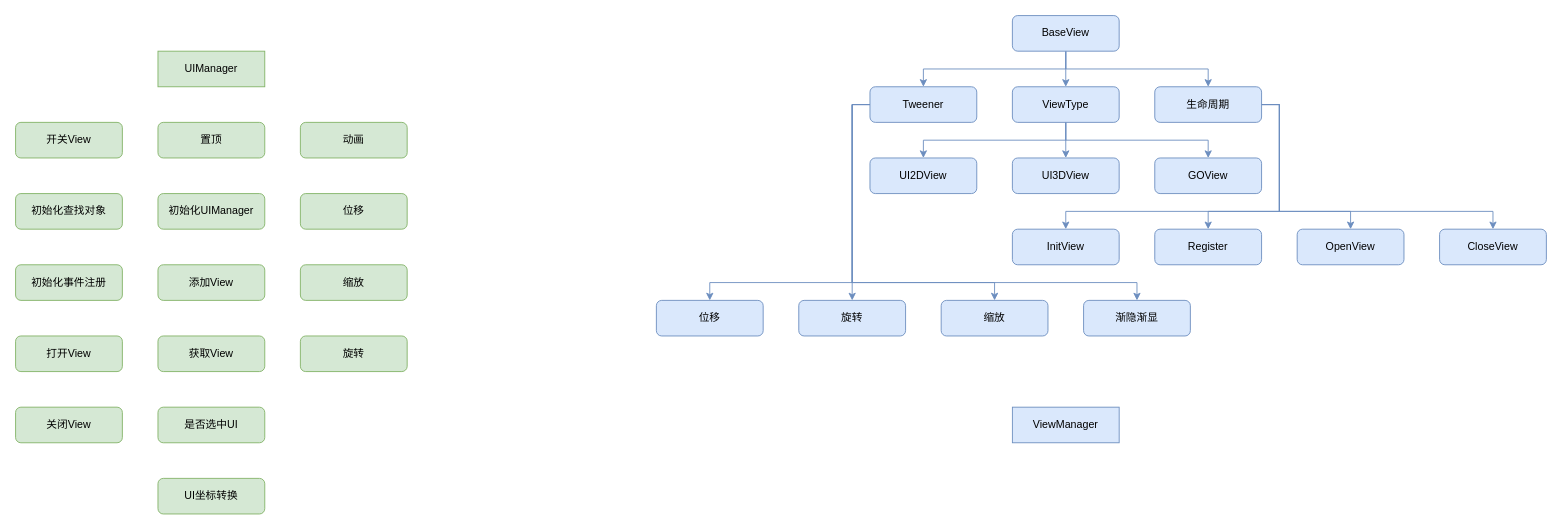
Earlier version of the draw.io diagram page "UI系统" (3 of 3) of 框架设计流程图.drawio (Josh-Jun/UnityAppFramework). Source tidied: cells renumbered, new cells numbered last; positions are measured from the earlier drawing's top-left corner, leaving out a move shared by most shapes. Both pictures are drawn from the tidied source at 89%, with x=0, y=0 at pixel (15, 15).
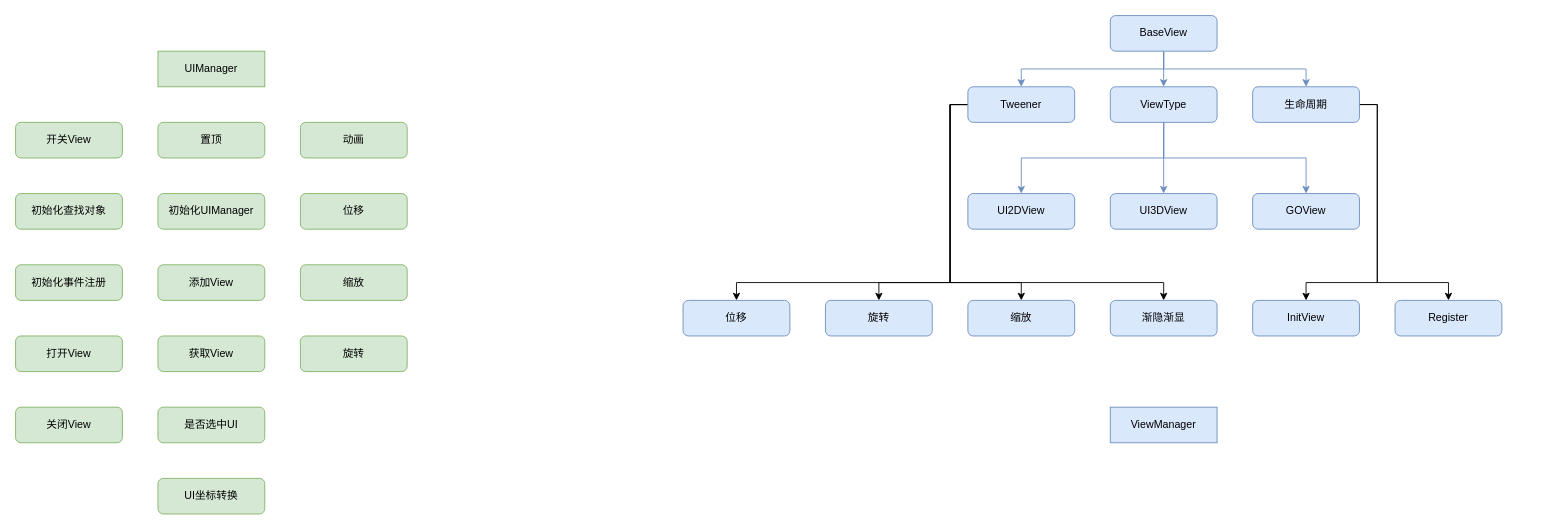
After the change.

The edit, as a diff of the source:
```diff
@@
     <mxCell id="18" value="ViewManager" style="rounded=0;whiteSpace=wrap;html=1;fillColor=#dae8fc;strokeColor=#6c8ebf;" parent="1" vertex="1">
-      <mxGeometry x="1120" y="440" width="120" height="40" as="geometry" />
+      <mxGeometry x="1230" y="440" width="120" height="40" as="geometry" />
     </mxCell>
     <mxCell id="19" style="edgeStyle=orthogonalEdgeStyle;rounded=0;jettySize=auto;html=1;exitX=0.5;exitY=1;exitDx=0;exitDy=0;fillColor=#dae8fc;strokeColor=#6c8ebf;" parent="1" edge="1" source="37" target="21">
       <mxGeometry relative="1" as="geometry">
         <Array as="points">
-          <mxPoint x="1180" y="140" />
-          <mxPoint x="1020" y="140" />
+          <mxPoint x="1290" y="160" />
+          <mxPoint x="1130" y="160" />
         </Array>
       </mxGeometry>
     </mxCell>
     <mxCell id="20" style="edgeStyle=orthogonalEdgeStyle;rounded=0;jettySize=auto;html=1;entryX=0.5;entryY=0;entryDx=0;entryDy=0;exitX=0.5;exitY=1;exitDx=0;exitDy=0;fillColor=#dae8fc;strokeColor=#6c8ebf;" parent="1" edge="1" source="37" target="23">
       <mxGeometry relative="1" as="geometry">
         <Array as="points">
-          <mxPoint x="1180" y="140" />
-          <mxPoint x="1340" y="140" />
+          <mxPoint x="1290" y="160" />
+          <mxPoint x="1450" y="160" />
         </Array>
       </mxGeometry>
     </mxCell>
     <mxCell id="21" value="UI2DView" style="whiteSpace=wrap;html=1;rounded=1;fillColor=#dae8fc;strokeColor=#6c8ebf;" parent="1" vertex="1">
-      <mxGeometry x="960" y="160" width="120" height="40" as="geometry" />
+      <mxGeometry x="1070" y="200" width="120" height="40" as="geometry" />
     </mxCell>
     <mxCell id="22" value="UI3DView" style="whiteSpace=wrap;html=1;rounded=1;fillColor=#dae8fc;strokeColor=#6c8ebf;" parent="1" vertex="1">
-      <mxGeometry x="1120" y="160" width="120" height="40" as="geometry" />
+      <mxGeometry x="1230" y="200" width="120" height="40" as="geometry" />
     </mxCell>
     <mxCell id="23" value="GOView" style="whiteSpace=wrap;html=1;rounded=1;fillColor=#dae8fc;strokeColor=#6c8ebf;" parent="1" vertex="1">
-      <mxGeometry x="1280" y="160" width="120" height="40" as="geometry" />
+      <mxGeometry x="1390" y="200" width="120" height="40" as="geometry" />
     </mxCell>
     <mxCell id="24" value="InitView" style="whiteSpace=wrap;html=1;rounded=1;fillColor=#dae8fc;strokeColor=#6c8ebf;" parent="1" vertex="1">
-      <mxGeometry x="1120" y="240" width="120" height="40" as="geometry" />
+      <mxGeometry x="1390" y="320" width="120" height="40" as="geometry" />
     </mxCell>
-    <mxCell id="25" value="OpenView" style="whiteSpace=wrap;html=1;rounded=1;fillColor=#dae8fc;strokeColor=#6c8ebf;" parent="1" vertex="1">
-      <mxGeometry x="1440" y="240" width="120" height="40" as="geometry" />
-    </mxCell>
-    <mxCell id="26" value="CloseView" style="whiteSpace=wrap;html=1;rounded=1;fillColor=#dae8fc;strokeColor=#6c8ebf;" parent="1" vertex="1">
-      <mxGeometry x="1600" y="240" width="120" height="40" as="geometry" />
-    </mxCell>
@@
     <mxCell id="28" style="edgeStyle=orthogonalEdgeStyle;rounded=0;jettySize=auto;html=1;entryX=0.5;entryY=0;entryDx=0;entryDy=0;fillColor=#dae8fc;strokeColor=#6c8ebf;" parent="1" edge="1" source="30" target="42">
       <mxGeometry relative="1" as="geometry">
         <Array as="points">
-          <mxPoint x="1180" y="60" />
-          <mxPoint x="1340" y="60" />
+          <mxPoint x="1290" y="60" />
+          <mxPoint x="1450" y="60" />
         </Array>
       </mxGeometry>
     </mxCell>
     <mxCell id="29" style="edgeStyle=orthogonalEdgeStyle;rounded=0;jettySize=auto;html=1;entryX=0.5;entryY=0;entryDx=0;entryDy=0;fillColor=#dae8fc;strokeColor=#6c8ebf;" parent="1" edge="1" source="30" target="35">
       <mxGeometry relative="1" as="geometry">
         <Array as="points">
-          <mxPoint x="1180" y="60" />
-          <mxPoint x="1020" y="60" />
+          <mxPoint x="1290" y="60" />
+          <mxPoint x="1130" y="60" />
         </Array>
       </mxGeometry>
     </mxCell>
     <mxCell id="30" value="BaseView" style="rounded=1;whiteSpace=wrap;html=1;fillColor=#dae8fc;strokeColor=#6c8ebf;" parent="1" vertex="1">
-      <mxGeometry x="1120" width="120" height="40" as="geometry" />
+      <mxGeometry x="1230" width="120" height="40" as="geometry" />
     </mxCell>
+    <mxCell id="32" style="edgeStyle=orthogonalEdgeStyle;rounded=0;jettySize=auto;html=1;entryX=0.5;entryY=0;entryDx=0;entryDy=0;" parent="1" edge="1" source="35" target="45">
+      <mxGeometry relative="1" as="geometry">
+        <Array as="points">
+          <mxPoint x="1050" y="100" />
+          <mxPoint x="1050" y="300" />
+          <mxPoint x="970" y="300" />
+        </Array>
+      </mxGeometry>
+    </mxCell>
-    <mxCell id="31" style="edgeStyle=orthogonalEdgeStyle;rounded=0;jettySize=auto;html=1;fillColor=#dae8fc;strokeColor=#6c8ebf;" parent="1" edge="1" source="35" target="44">
+    <mxCell id="31" style="edgeStyle=orthogonalEdgeStyle;rounded=0;jettySize=auto;html=1;entryX=0.5;entryY=0;entryDx=0;entryDy=0;" parent="1" edge="1" source="35" target="44">
       <mxGeometry relative="1" as="geometry">
         <Array as="points">
-          <mxPoint x="940" y="100" />
-          <mxPoint x="940" y="300" />
-          <mxPoint x="780" y="300" />
+          <mxPoint x="1050" y="100" />
+          <mxPoint x="1050" y="300" />
+          <mxPoint x="810" y="300" />
         </Array>
       </mxGeometry>
     </mxCell>
-    <mxCell id="32" style="edgeStyle=orthogonalEdgeStyle;rounded=0;jettySize=auto;html=1;entryX=0.5;entryY=0;entryDx=0;entryDy=0;fillColor=#dae8fc;strokeColor=#6c8ebf;" parent="1" edge="1" source="35" target="45">
-      <mxGeometry relative="1" as="geometry">
-        <Array as="points">
-          <mxPoint x="940" y="100" />
-        </Array>
-      </mxGeometry>
-    </mxCell>
-    <mxCell id="33" style="edgeStyle=orthogonalEdgeStyle;rounded=0;jettySize=auto;html=1;fillColor=#dae8fc;strokeColor=#6c8ebf;" parent="1" edge="1" source="35" target="46">
+    <mxCell id="33" style="edgeStyle=orthogonalEdgeStyle;rounded=0;jettySize=auto;html=1;entryX=0.5;entryY=0;entryDx=0;entryDy=0;" parent="1" edge="1" source="35" target="46">
       <mxGeometry relative="1" as="geometry">
         <Array as="points">
-          <mxPoint x="940" y="100" />
-          <mxPoint x="940" y="300" />
-          <mxPoint x="1100" y="300" />
+          <mxPoint x="1050" y="100" />
+          <mxPoint x="1050" y="300" />
+          <mxPoint x="1130" y="300" />
         </Array>
       </mxGeometry>
     </mxCell>
-    <mxCell id="34" style="edgeStyle=orthogonalEdgeStyle;rounded=0;jettySize=auto;html=1;fillColor=#dae8fc;strokeColor=#6c8ebf;" parent="1" edge="1" source="35" target="47">
+    <mxCell id="34" style="edgeStyle=orthogonalEdgeStyle;rounded=0;jettySize=auto;html=1;entryX=0.5;entryY=0;entryDx=0;entryDy=0;" parent="1" edge="1" source="35" target="47">
       <mxGeometry relative="1" as="geometry">
         <Array as="points">
-          <mxPoint x="940" y="100" />
-          <mxPoint x="940" y="300" />
-          <mxPoint x="1260" y="300" />
+          <mxPoint x="1050" y="100" />
+          <mxPoint x="1050" y="300" />
+          <mxPoint x="1290" y="300" />
         </Array>
       </mxGeometry>
     </mxCell>
     <mxCell id="35" value="Tweener" style="rounded=1;whiteSpace=wrap;html=1;fillColor=#dae8fc;strokeColor=#6c8ebf;" parent="1" vertex="1">
-      <mxGeometry x="960" y="80" width="120" height="40" as="geometry" />
+      <mxGeometry x="1070" y="80" width="120" height="40" as="geometry" />
     </mxCell>
@@
     <mxCell id="37" value="ViewType" style="rounded=1;whiteSpace=wrap;html=1;fillColor=#dae8fc;strokeColor=#6c8ebf;" parent="1" vertex="1">
-      <mxGeometry x="1120" y="80" width="120" height="40" as="geometry" />
+      <mxGeometry x="1230" y="80" width="120" height="40" as="geometry" />
     </mxCell>
-    <mxCell id="38" style="edgeStyle=orthogonalEdgeStyle;rounded=0;jettySize=auto;html=1;entryX=0.5;entryY=0;entryDx=0;entryDy=0;fillColor=#dae8fc;strokeColor=#6c8ebf;" parent="1" edge="1" source="42" target="25">
-      <mxGeometry relative="1" as="geometry">
-        <Array as="points">
-          <mxPoint x="1420" y="100" />
-          <mxPoint x="1420" y="220" />
-          <mxPoint x="1500" y="220" />
-        </Array>
-      </mxGeometry>
-    </mxCell>
-    <mxCell id="39" style="edgeStyle=orthogonalEdgeStyle;rounded=0;jettySize=auto;html=1;entryX=0.5;entryY=0;entryDx=0;entryDy=0;fillColor=#dae8fc;strokeColor=#6c8ebf;" parent="1" edge="1" source="42" target="26">
-      <mxGeometry relative="1" as="geometry">
-        <Array as="points">
-          <mxPoint x="1420" y="100" />
-          <mxPoint x="1420" y="220" />
-          <mxPoint x="1660" y="220" />
-        </Array>
-      </mxGeometry>
-    </mxCell>
-    <mxCell id="40" style="edgeStyle=orthogonalEdgeStyle;rounded=0;jettySize=auto;html=1;entryX=0.5;entryY=0;entryDx=0;entryDy=0;fillColor=#dae8fc;strokeColor=#6c8ebf;" parent="1" edge="1" source="42" target="43">
+    <mxCell id="40" style="edgeStyle=orthogonalEdgeStyle;rounded=0;jettySize=auto;html=1;" parent="1" edge="1" source="42" target="43">
       <mxGeometry relative="1" as="geometry">
         <Array as="points">
-          <mxPoint x="1420" y="100" />
-          <mxPoint x="1420" y="220" />
-          <mxPoint x="1340" y="220" />
+          <mxPoint x="1530" y="100" />
+          <mxPoint x="1530" y="300" />
+          <mxPoint x="1610" y="300" />
         </Array>
       </mxGeometry>
     </mxCell>
-    <mxCell id="41" style="edgeStyle=orthogonalEdgeStyle;rounded=0;jettySize=auto;html=1;fillColor=#dae8fc;strokeColor=#6c8ebf;" parent="1" edge="1" source="42" target="24">
-      <mxGeometry relative="1" as="geometry">
-        <Array as="points">
-          <mxPoint x="1420" y="100" />
-          <mxPoint x="1420" y="220" />
-          <mxPoint x="1180" y="220" />
-        </Array>
-      </mxGeometry>
-    </mxCell>
+    <mxCell id="48" style="edgeStyle=orthogonalEdgeStyle;rounded=0;jettySize=auto;html=1;entryX=0.5;entryY=0;entryDx=0;entryDy=0;" parent="1" edge="1" target="24">
+      <mxGeometry relative="1" as="geometry">
+        <mxPoint x="1430" y="100" as="sourcePoint" />
+        <Array as="points">
+          <mxPoint x="1530" y="100" />
+          <mxPoint x="1530" y="300" />
+          <mxPoint x="1450" y="300" />
+        </Array>
+      </mxGeometry>
+    </mxCell>
     <mxCell id="42" value="生命周期" style="rounded=1;whiteSpace=wrap;html=1;fillColor=#dae8fc;strokeColor=#6c8ebf;" parent="1" vertex="1">
-      <mxGeometry x="1280" y="80" width="120" height="40" as="geometry" />
+      <mxGeometry x="1390" y="80" width="120" height="40" as="geometry" />
     </mxCell>
     <mxCell id="43" value="Register" style="whiteSpace=wrap;html=1;rounded=1;fillColor=#dae8fc;strokeColor=#6c8ebf;" parent="1" vertex="1">
-      <mxGeometry x="1280" y="240" width="120" height="40" as="geometry" />
+      <mxGeometry x="1550" y="320" width="120" height="40" as="geometry" />
     </mxCell>
     <mxCell id="44" value="位移" style="whiteSpace=wrap;html=1;rounded=1;fillColor=#dae8fc;strokeColor=#6c8ebf;" parent="1" vertex="1">
-      <mxGeometry x="720" y="320" width="120" height="40" as="geometry" />
+      <mxGeometry x="750" y="320" width="120" height="40" as="geometry" />
     </mxCell>
     <mxCell id="45" value="旋转" style="whiteSpace=wrap;html=1;rounded=1;fillColor=#dae8fc;strokeColor=#6c8ebf;" parent="1" vertex="1">
-      <mxGeometry x="880" y="320" width="120" height="40" as="geometry" />
+      <mxGeometry x="910" y="320" width="120" height="40" as="geometry" />
     </mxCell>
     <mxCell id="46" value="缩放" style="whiteSpace=wrap;html=1;rounded=1;fillColor=#dae8fc;strokeColor=#6c8ebf;" parent="1" vertex="1">
-      <mxGeometry x="1040" y="320" width="120" height="40" as="geometry" />
+      <mxGeometry x="1070" y="320" width="120" height="40" as="geometry" />
     </mxCell>
     <mxCell id="47" value="渐隐渐显" style="whiteSpace=wrap;html=1;rounded=1;fillColor=#dae8fc;strokeColor=#6c8ebf;" parent="1" vertex="1">
-      <mxGeometry x="1200" y="320" width="120" height="40" as="geometry" />
+      <mxGeometry x="1230" y="320" width="120" height="40" as="geometry" />
     </mxCell>
```
